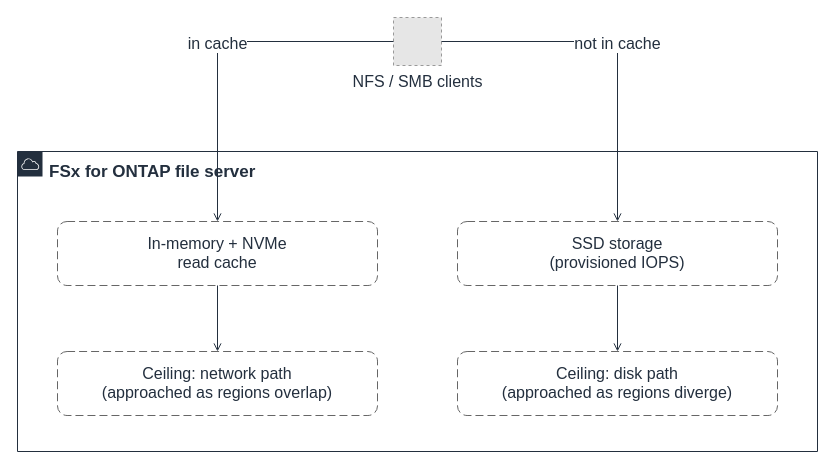
The draw.io diagram docs/_assets/diagrams/s3burst-two-ceilings-en.drawio in Yoshiki0705/S3-Burst-on-ONTAP-Files, before the edit. Source tidied: cells renumbered, new cells numbered last; positions are measured from the earlier drawing's top-left corner, leaving out a move shared by most shapes. Both pictures are drawn from the tidied source at 100%, with x=0, y=0 at pixel (17, 17). Pictures stored in the file or linked from it are replaced by grey dashed boxes.
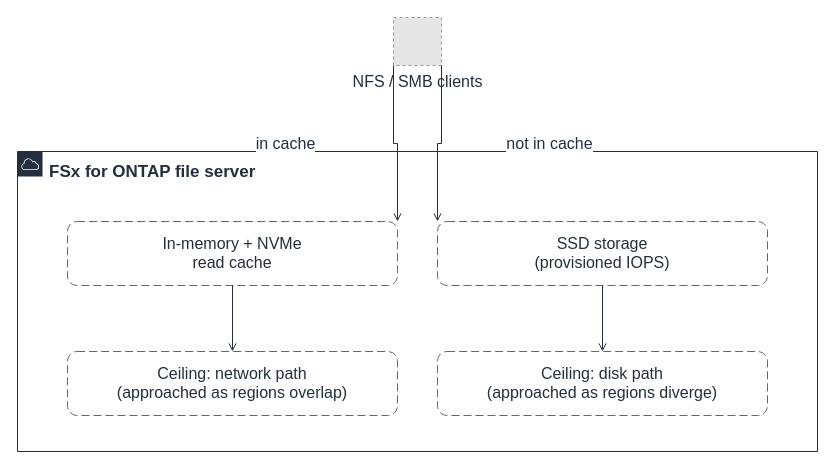
The same page after the edit.

What changed in the source:
```diff
@@
 <mxGraphModel>
   <root>
     <mxCell id="0" />
     <mxCell id="1" parent="0" />
     <mxCell id="2" value="FSx for ONTAP file server" style="gradientColor=none;html=1;whiteSpace=wrap;fontSize=17;fontStyle=1;fontColor=#232F3E;shape=mxgraph.aws4.group;grIcon=mxgraph.aws4.group_aws_cloud;strokeColor=#232F3E;fillColor=none;verticalAlign=top;align=left;spacingLeft=30;spacingTop=4;dashed=0;" parent="1" vertex="1">
       <mxGeometry y="134" width="800" height="300" as="geometry" />
     </mxCell>
     <mxCell id="3" value="In-memory + NVMe&#10;read cache" style="rounded=1;whiteSpace=wrap;html=1;dashed=1;dashPattern=8 4;strokeColor=#666666;fillColor=none;fontColor=#232F3E;fontSize=16;verticalAlign=top;align=center;spacingTop=6;" parent="1" vertex="1">
-      <mxGeometry x="40" y="204" width="320" height="64" as="geometry" />
+      <mxGeometry x="50" y="204" width="330" height="64" as="geometry" />
     </mxCell>
     <mxCell id="4" value="SSD storage&#10;(provisioned IOPS)" style="rounded=1;whiteSpace=wrap;html=1;dashed=1;dashPattern=8 4;strokeColor=#666666;fillColor=none;fontColor=#232F3E;fontSize=16;verticalAlign=top;align=center;spacingTop=6;" parent="1" vertex="1">
-      <mxGeometry x="440" y="204" width="320" height="64" as="geometry" />
+      <mxGeometry x="420" y="204" width="330" height="64" as="geometry" />
     </mxCell>
     <mxCell id="5" value="Ceiling: network path&#10;(approached as regions overlap)" style="rounded=1;whiteSpace=wrap;html=1;dashed=1;dashPattern=8 4;strokeColor=#666666;fillColor=none;fontColor=#232F3E;fontSize=16;verticalAlign=top;align=center;spacingTop=6;" parent="1" vertex="1">
-      <mxGeometry x="40" y="334" width="320" height="64" as="geometry" />
+      <mxGeometry x="50" y="334" width="330" height="64" as="geometry" />
     </mxCell>
     <mxCell id="6" value="Ceiling: disk path&#10;(approached as regions diverge)" style="rounded=1;whiteSpace=wrap;html=1;dashed=1;dashPattern=8 4;strokeColor=#666666;fillColor=none;fontColor=#232F3E;fontSize=16;verticalAlign=top;align=center;spacingTop=6;" parent="1" vertex="1">
-      <mxGeometry x="440" y="334" width="320" height="64" as="geometry" />
+      <mxGeometry x="420" y="334" width="330" height="64" as="geometry" />
     </mxCell>
     <mxCell id="7" value="NFS / SMB clients" style="fillColor=#E6E6E6;strokeColor=#999999;dashed=1;html=1;verticalLabelPosition=bottom;verticalAlign=top;labelPosition=center;align=center;fontSize=16;fontColor=#232F3E;" parent="1" vertex="1">
       <mxGeometry x="376" width="48" height="48" as="geometry" />
     </mxCell>
-    <mxCell id="8" value="in cache" style="edgeStyle=orthogonalEdgeStyle;rounded=0;html=1;endArrow=open;endFill=0;strokeColor=#232F3E;strokeWidth=1;fontSize=16;fontColor=#232F3E;" parent="1" edge="1" source="7" target="3">
-      <mxGeometry relative="1" as="geometry" />
+    <mxCell id="8" value="in cache" style="edgeStyle=orthogonalEdgeStyle;rounded=0;html=1;endArrow=open;endFill=0;strokeColor=#232F3E;strokeWidth=1;fontSize=16;fontColor=#232F3E;exitX=0.0;exitY=1.0;exitDx=0;exitDy=0;entryX=1.0;entryY=0.0;entryDx=0;entryDy=0;" parent="1" edge="1" source="7" target="3">
+      <mxGeometry relative="1" as="geometry">
+        <mxPoint x="-110" as="offset" />
+      </mxGeometry>
     </mxCell>
-    <mxCell id="9" value="not in cache" style="edgeStyle=orthogonalEdgeStyle;rounded=0;html=1;endArrow=open;endFill=0;strokeColor=#232F3E;strokeWidth=1;fontSize=16;fontColor=#232F3E;" parent="1" edge="1" source="7" target="4">
-      <mxGeometry relative="1" as="geometry" />
+    <mxCell id="9" value="not in cache" style="edgeStyle=orthogonalEdgeStyle;rounded=0;html=1;endArrow=open;endFill=0;strokeColor=#232F3E;strokeWidth=1;fontSize=16;fontColor=#232F3E;exitX=1.0;exitY=1.0;exitDx=0;exitDy=0;entryX=0.0;entryY=0.0;entryDx=0;entryDy=0;" parent="1" edge="1" source="7" target="4">
+      <mxGeometry relative="1" as="geometry">
+        <mxPoint x="110" as="offset" />
+      </mxGeometry>
     </mxCell>
     <mxCell id="10" style="edgeStyle=orthogonalEdgeStyle;rounded=0;html=1;endArrow=open;endFill=0;strokeColor=#232F3E;strokeWidth=1;fontSize=16;fontColor=#232F3E;" parent="1" edge="1" source="3" target="5">
       <mxGeometry relative="1" as="geometry" />
     </mxCell>
     <mxCell id="11" style="edgeStyle=orthogonalEdgeStyle;rounded=0;html=1;endArrow=open;endFill=0;strokeColor=#232F3E;strokeWidth=1;fontSize=16;fontColor=#232F3E;" parent="1" edge="1" source="4" target="6">
       <mxGeometry relative="1" as="geometry" />
     </mxCell>
   </root>
 </mxGraphModel>
```
